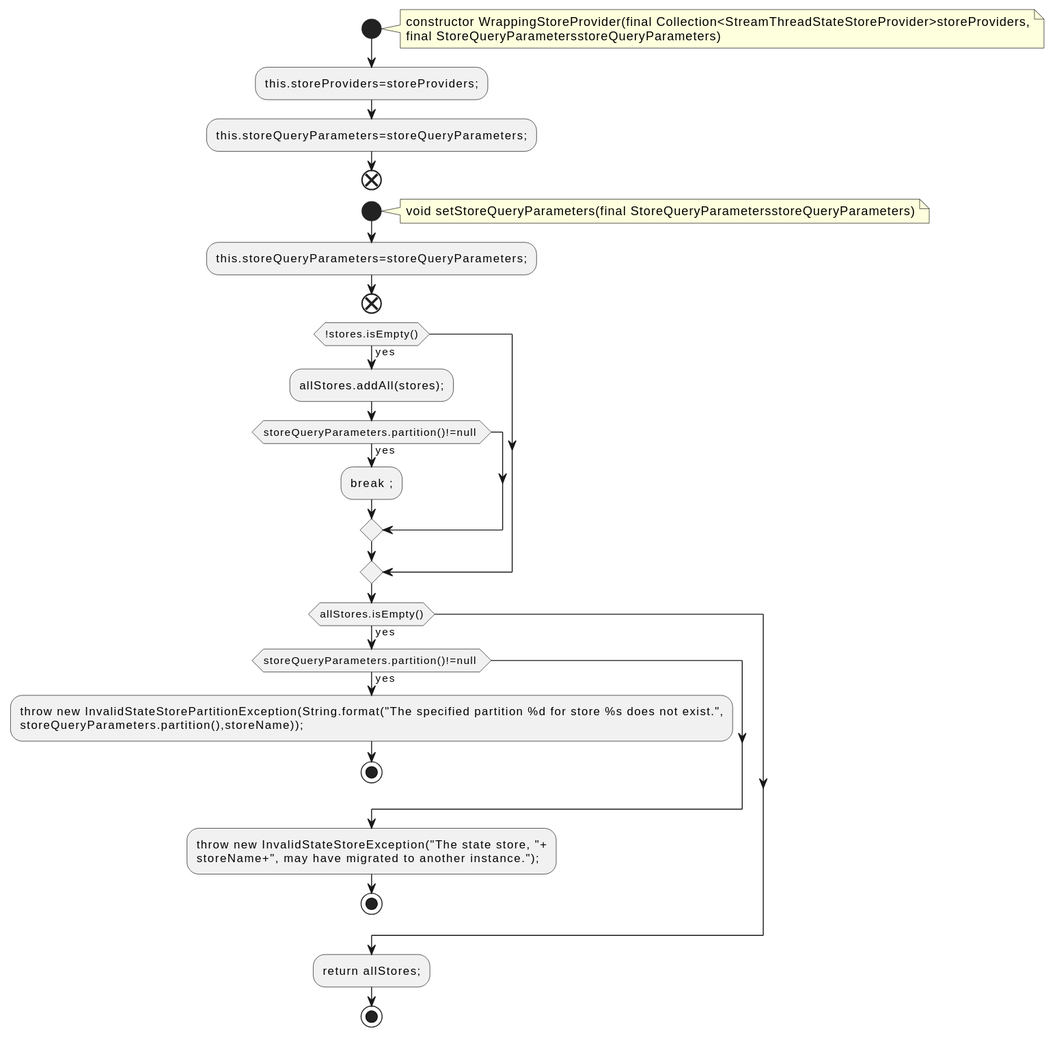
Earlier version of the PlantUML export docs/qc/streams/src/main/java/org/apache/kafka/streams/state/internals/WrappingStoreProvider.java.fct.svg (qualitesys/kafka).
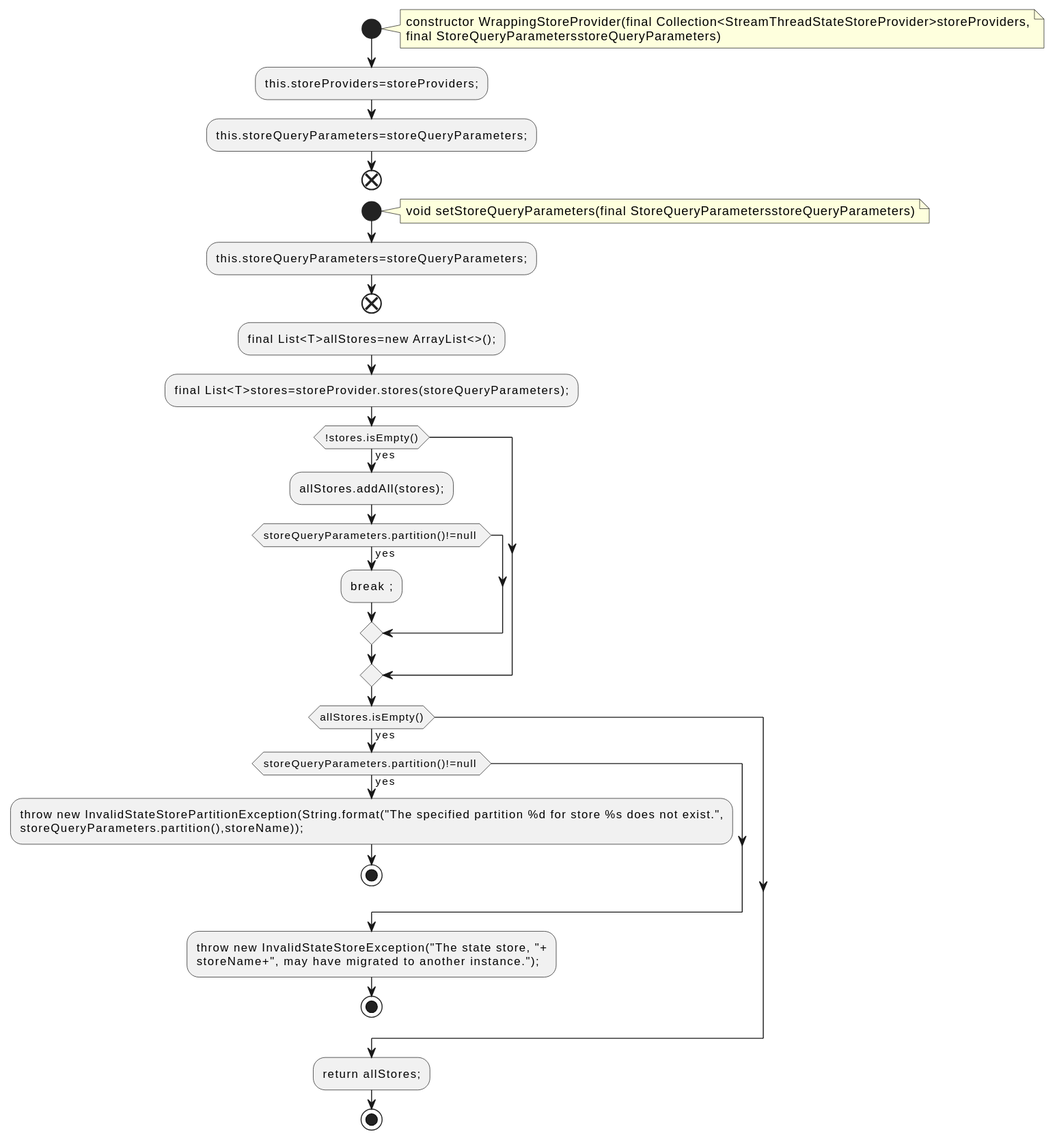
Later version of the same file.

What changed in the source:
```diff
@@ -14,6 +14,8 @@
 end note
 :this.storeQueryParameters=storeQueryParameters;;
 end
+:final List<T>allStores=new ArrayList<>();;
+:final List<T>stores=storeProvider.stores(storeQueryParameters);;
 if (!stores.isEmpty()) then (yes)
 :allStores.addAll(stores);;
 if (storeQueryParameters.partition()!=null ) then (yes)
```
